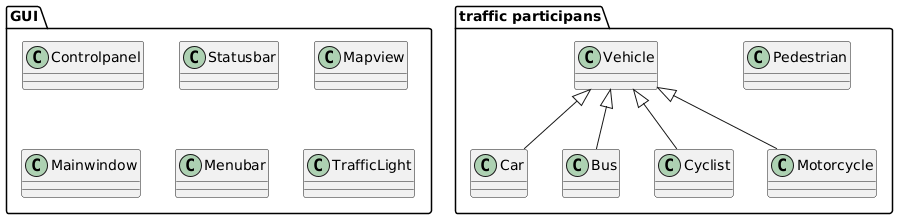
The PlantUML diagram Java_Class_UML.png in RaineVil-GH/JvProject25, before a commit.
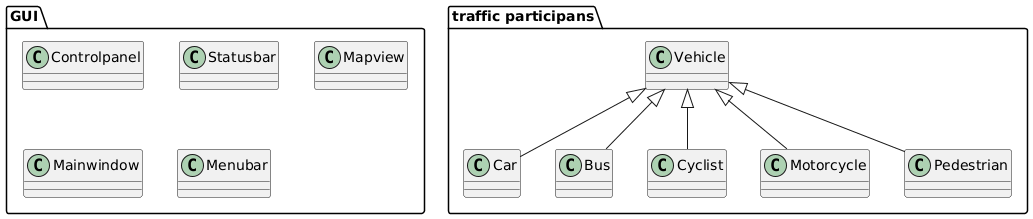
After the commit.

What changed in the source:
```diff
@@ -20,6 +20,7 @@
 Vehicle <|-- Bus
 Vehicle <|-- Cyclist
 Vehicle <|-- Motorcycle
+Vehicle <|-- Pedestrian
 }
 package "GUI"{
 class Controlpanel {
@@ -36,7 +37,4 @@
 }
 class Menubar{
 }
-
-class TrafficLight{
-}
 @enduml
```
